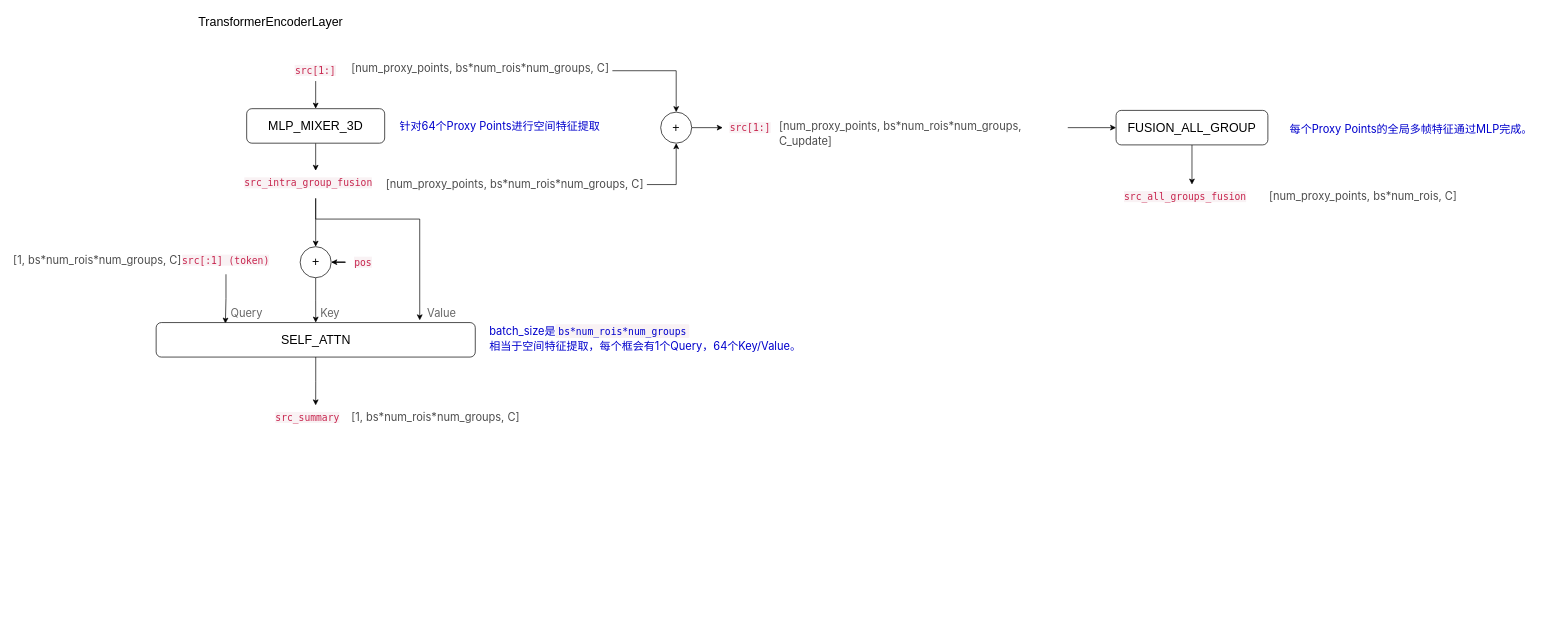
wennieWN/UML keeps this draw.io diagram as mppnet.drawio. Above is the earlier version. Source tidied: cells renumbered, new cells numbered last; positions are measured from the earlier drawing's top-left corner, leaving out a move shared by most shapes. Both pictures are drawn from the tidied source at 69%, with x=0, y=0 at pixel (12, 12).
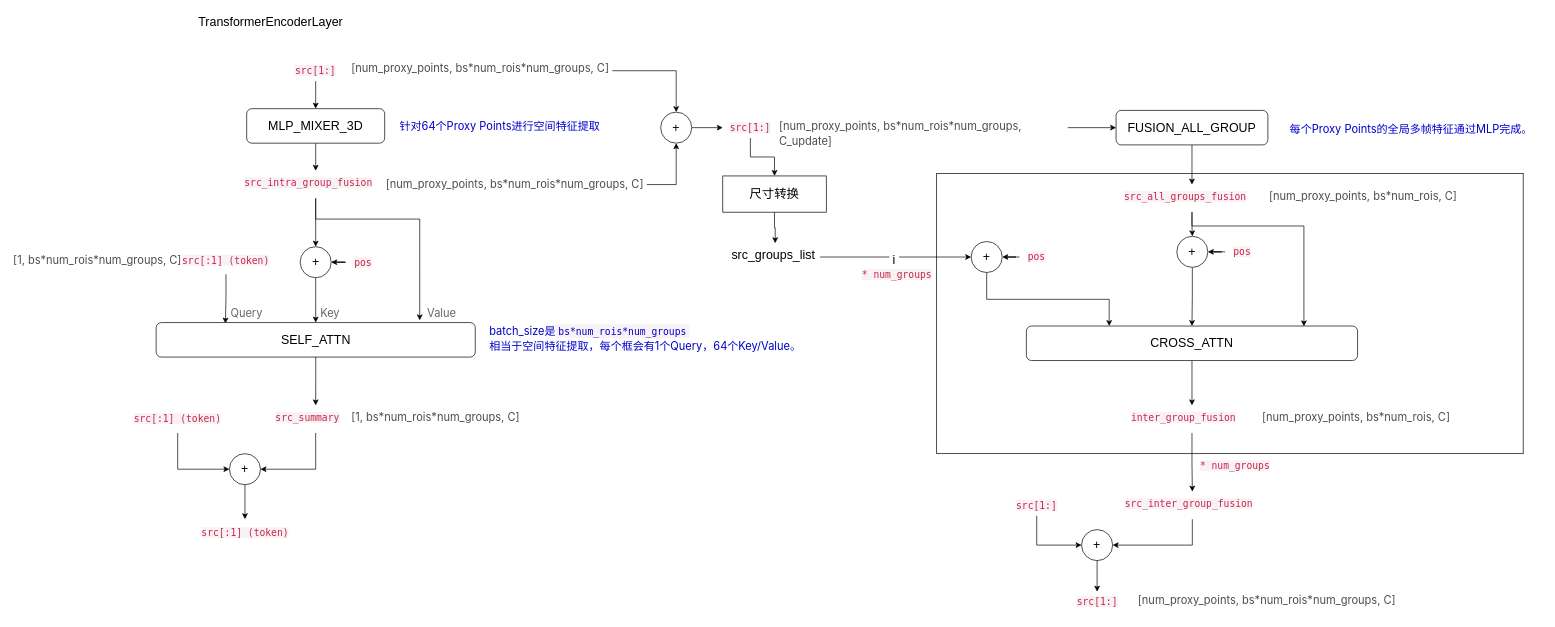
After the change.

The change refers to these unchanged cells:
```xml
<mxCell id="16" value="&lt;span style=&quot;color: rgb(199, 37, 78); font-family: &amp;quot;Source Code Pro&amp;quot;, &amp;quot;DejaVu Sans Mono&amp;quot;, &amp;quot;Ubuntu Mono&amp;quot;, &amp;quot;Anonymous Pro&amp;quot;, &amp;quot;Droid Sans Mono&amp;quot;, Menlo, Monaco, Consolas, Inconsolata, Courier, monospace, &amp;quot;PingFang SC&amp;quot;, &amp;quot;Microsoft YaHei&amp;quot;, sans-serif; font-size: 14px; font-variant-ligatures: no-common-ligatures; text-align: start; background-color: rgb(249, 242, 244);&quot;&gt;src[1:]&lt;/span&gt;" style="text;html=1;strokeColor=none;fillColor=none;align=center;verticalAlign=middle;whiteSpace=wrap;rounded=0;" parent="1" vertex="1">
  <mxGeometry x="1030" y="152.5" width="80" height="30" as="geometry" />
</mxCell>
<mxCell id="32" value="&lt;span style=&quot;color: rgb(199, 37, 78); font-family: &amp;quot;Source Code Pro&amp;quot;, &amp;quot;DejaVu Sans Mono&amp;quot;, &amp;quot;Ubuntu Mono&amp;quot;, &amp;quot;Anonymous Pro&amp;quot;, &amp;quot;Droid Sans Mono&amp;quot;, Menlo, Monaco, Consolas, Inconsolata, Courier, monospace, &amp;quot;PingFang SC&amp;quot;, &amp;quot;Microsoft YaHei&amp;quot;, sans-serif; font-size: 14px; font-style: normal; font-variant-ligatures: no-common-ligatures; font-variant-caps: normal; font-weight: 400; letter-spacing: normal; orphans: 2; text-align: start; text-indent: 0px; text-transform: none; widows: 2; word-spacing: 0px; -webkit-text-stroke-width: 0px; background-color: rgb(249, 242, 244); text-decoration-thickness: initial; text-decoration-style: initial; text-decoration-color: initial; float: none; display: inline !important;&quot;&gt;src_summary&lt;/span&gt;" style="text;whiteSpace=wrap;html=1;fontSize=18;fontColor=#666666;" parent="1" vertex="1">
  <mxGeometry x="380" y="570" width="120" height="40" as="geometry" />
</mxCell>
<mxCell id="37" value="&lt;span style=&quot;color: rgb(199, 37, 78); font-family: &amp;quot;Source Code Pro&amp;quot;, &amp;quot;DejaVu Sans Mono&amp;quot;, &amp;quot;Ubuntu Mono&amp;quot;, &amp;quot;Anonymous Pro&amp;quot;, &amp;quot;Droid Sans Mono&amp;quot;, Menlo, Monaco, Consolas, Inconsolata, Courier, monospace, &amp;quot;PingFang SC&amp;quot;, &amp;quot;Microsoft YaHei&amp;quot;, sans-serif; font-size: 14px; font-style: normal; font-variant-ligatures: no-common-ligatures; font-variant-caps: normal; font-weight: 400; letter-spacing: normal; orphans: 2; text-align: start; text-indent: 0px; text-transform: none; widows: 2; word-spacing: 0px; -webkit-text-stroke-width: 0px; background-color: rgb(249, 242, 244); text-decoration-thickness: initial; text-decoration-style: initial; text-decoration-color: initial; float: none; display: inline !important;&quot;&gt;src_all_groups_fusion&lt;/span&gt;" style="text;whiteSpace=wrap;html=1;fontSize=18;fontColor=#0000FF;" parent="1" vertex="1">
  <mxGeometry x="1610" y="250" width="200" height="40" as="geometry" />
</mxCell>
```

Diff of the diagram source:
```diff
@@
+    <mxCell id="40" style="rounded=0;whiteSpace=wrap;html=1;fontSize=18;fontColor=#000000;fillColor=none;" parent="1" vertex="1">
+      <mxGeometry x="1340" y="233.8" width="850" height="406.2" as="geometry" />
+    </mxCell>
@@
+    <mxCell id="41" style="edgeStyle=orthogonalEdgeStyle;rounded=0;jettySize=auto;html=1;entryX=0.5;entryY=0;entryDx=0;entryDy=0;fontSize=18;fontColor=#000000;" parent="1" edge="1" source="16" target="48">
+      <mxGeometry relative="1" as="geometry" />
+    </mxCell>
@@
+    <mxCell id="42" style="edgeStyle=orthogonalEdgeStyle;rounded=0;jettySize=auto;html=1;entryX=1;entryY=0.5;entryDx=0;entryDy=0;fontSize=18;fontColor=#000000;exitX=0.5;exitY=1;exitDx=0;exitDy=0;" parent="1" edge="1" source="32" target="76">
+      <mxGeometry relative="1" as="geometry" />
+    </mxCell>
@@
+    <mxCell id="43" style="edgeStyle=orthogonalEdgeStyle;rounded=0;jettySize=auto;html=1;entryX=0.5;entryY=0;entryDx=0;entryDy=0;fontSize=18;fontColor=#000000;" parent="1" edge="1" source="37" target="57">
+      <mxGeometry relative="1" as="geometry" />
+    </mxCell>
+    <mxCell id="44" style="edgeStyle=orthogonalEdgeStyle;rounded=0;jettySize=auto;html=1;entryX=0.838;entryY=0.01;entryDx=0;entryDy=0;entryPerimeter=0;fontSize=18;fontColor=#000000;" parent="1" edge="1" source="37" target="46">
+      <mxGeometry relative="1" as="geometry">
+        <Array as="points">
+          <mxPoint x="1710" y="310" />
+          <mxPoint x="1872" y="310" />
+        </Array>
+      </mxGeometry>
+    </mxCell>
@@
+    <mxCell id="45" style="edgeStyle=orthogonalEdgeStyle;rounded=0;jettySize=auto;html=1;fontSize=18;fontColor=#000000;" parent="1" edge="1" source="46" target="61">
+      <mxGeometry relative="1" as="geometry" />
+    </mxCell>
+    <mxCell id="46" value="CROSS_ATTN" style="rounded=1;whiteSpace=wrap;html=1;fontSize=18;" parent="1" vertex="1">
+      <mxGeometry x="1470" y="455" width="480" height="50" as="geometry" />
+    </mxCell>
+    <mxCell id="47" style="edgeStyle=orthogonalEdgeStyle;rounded=0;jettySize=auto;html=1;entryX=0.5;entryY=0;entryDx=0;entryDy=0;fontSize=18;fontColor=#000000;" parent="1" edge="1" source="48" target="51">
+      <mxGeometry relative="1" as="geometry" />
+    </mxCell>
+    <mxCell id="48" value="&lt;font color=&quot;#000000&quot;&gt;尺寸转换&lt;/font&gt;" style="rounded=0;whiteSpace=wrap;html=1;fontSize=18;fontColor=#0000CC;" parent="1" vertex="1">
+      <mxGeometry x="1030" y="237.5" width="150" height="52.5" as="geometry" />
+    </mxCell>
+    <mxCell id="49" style="edgeStyle=orthogonalEdgeStyle;rounded=0;jettySize=auto;html=1;entryX=0;entryY=0.5;entryDx=0;entryDy=0;fontSize=18;fontColor=#000000;" parent="1" edge="1" source="51" target="53">
+      <mxGeometry relative="1" as="geometry" />
+    </mxCell>
+    <mxCell id="50" value="&amp;nbsp;i&amp;nbsp;" style="edgeLabel;html=1;align=center;verticalAlign=middle;fontSize=18;fontColor=#000000;" parent="49" vertex="1">
+      <mxGeometry x="-0.03" y="-4" relative="1" as="geometry" />
+    </mxCell>
+    <mxCell id="51" value="src_groups_list" style="text;whiteSpace=wrap;html=1;fontSize=18;fontColor=#000000;" parent="1" vertex="1">
+      <mxGeometry x="1041" y="335" width="130" height="40" as="geometry" />
+    </mxCell>
+    <mxCell id="52" style="edgeStyle=orthogonalEdgeStyle;rounded=0;jettySize=auto;html=1;entryX=0.25;entryY=0;entryDx=0;entryDy=0;fontSize=18;fontColor=#000000;exitX=0.5;exitY=1;exitDx=0;exitDy=0;" parent="1" edge="1" source="53" target="46">
+      <mxGeometry relative="1" as="geometry" />
+    </mxCell>
+    <mxCell id="53" value="+" style="ellipse;whiteSpace=wrap;html=1;fontSize=18;" parent="1" vertex="1">
+      <mxGeometry x="1390" y="332.5" width="45" height="45" as="geometry" />
+    </mxCell>
+    <mxCell id="54" style="edgeStyle=orthogonalEdgeStyle;rounded=0;jettySize=auto;html=1;entryX=1;entryY=0.5;entryDx=0;entryDy=0;fontSize=18;fontColor=#000000;" parent="1" edge="1" source="55" target="53">
+      <mxGeometry relative="1" as="geometry" />
+    </mxCell>
+    <mxCell id="55" value="&lt;span style=&quot;color: rgb(199, 37, 78); font-family: &amp;quot;Source Code Pro&amp;quot;, &amp;quot;DejaVu Sans Mono&amp;quot;, &amp;quot;Ubuntu Mono&amp;quot;, &amp;quot;Anonymous Pro&amp;quot;, &amp;quot;Droid Sans Mono&amp;quot;, Menlo, Monaco, Consolas, Inconsolata, Courier, monospace, &amp;quot;PingFang SC&amp;quot;, &amp;quot;Microsoft YaHei&amp;quot;, sans-serif; font-size: 14px; font-variant-ligatures: no-common-ligatures; text-align: start; background-color: rgb(249, 242, 244);&quot;&gt;pos&lt;/span&gt;" style="text;html=1;strokeColor=none;fillColor=none;align=center;verticalAlign=middle;whiteSpace=wrap;rounded=0;" parent="1" vertex="1">
+      <mxGeometry x="1460" y="340" width="50" height="30" as="geometry" />
+    </mxCell>
+    <mxCell id="56" style="edgeStyle=orthogonalEdgeStyle;rounded=0;jettySize=auto;html=1;entryX=0.5;entryY=0;entryDx=0;entryDy=0;fontSize=18;fontColor=#000000;" parent="1" edge="1" source="57" target="46">
+      <mxGeometry relative="1" as="geometry" />
+    </mxCell>
+    <mxCell id="57" value="+" style="ellipse;whiteSpace=wrap;html=1;fontSize=18;" parent="1" vertex="1">
+      <mxGeometry x="1688" y="325" width="45" height="45" as="geometry" />
+    </mxCell>
+    <mxCell id="58" style="edgeStyle=orthogonalEdgeStyle;rounded=0;jettySize=auto;html=1;entryX=1;entryY=0.5;entryDx=0;entryDy=0;fontSize=18;fontColor=#000000;" parent="1" edge="1" source="59" target="57">
+      <mxGeometry relative="1" as="geometry" />
+    </mxCell>
+    <mxCell id="59" value="&lt;span style=&quot;color: rgb(199, 37, 78); font-family: &amp;quot;Source Code Pro&amp;quot;, &amp;quot;DejaVu Sans Mono&amp;quot;, &amp;quot;Ubuntu Mono&amp;quot;, &amp;quot;Anonymous Pro&amp;quot;, &amp;quot;Droid Sans Mono&amp;quot;, Menlo, Monaco, Consolas, Inconsolata, Courier, monospace, &amp;quot;PingFang SC&amp;quot;, &amp;quot;Microsoft YaHei&amp;quot;, sans-serif; font-size: 14px; font-variant-ligatures: no-common-ligatures; text-align: start; background-color: rgb(249, 242, 244);&quot;&gt;pos&lt;/span&gt;" style="text;html=1;strokeColor=none;fillColor=none;align=center;verticalAlign=middle;whiteSpace=wrap;rounded=0;" parent="1" vertex="1">
+      <mxGeometry x="1758" y="332.5" width="50" height="30" as="geometry" />
+    </mxCell>
+    <mxCell id="60" style="edgeStyle=orthogonalEdgeStyle;rounded=0;jettySize=auto;html=1;entryX=0.5;entryY=0;entryDx=0;entryDy=0;fontSize=18;fontColor=#000000;" parent="1" edge="1" source="61" target="65">
+      <mxGeometry relative="1" as="geometry" />
+    </mxCell>
+    <mxCell id="61" value="&lt;span style=&quot;color: rgb(199, 37, 78); font-family: &amp;quot;Source Code Pro&amp;quot;, &amp;quot;DejaVu Sans Mono&amp;quot;, &amp;quot;Ubuntu Mono&amp;quot;, &amp;quot;Anonymous Pro&amp;quot;, &amp;quot;Droid Sans Mono&amp;quot;, Menlo, Monaco, Consolas, Inconsolata, Courier, monospace, &amp;quot;PingFang SC&amp;quot;, &amp;quot;Microsoft YaHei&amp;quot;, sans-serif; font-size: 14px; font-style: normal; font-variant-ligatures: no-common-ligatures; font-variant-caps: normal; font-weight: 400; letter-spacing: normal; orphans: 2; text-align: start; text-indent: 0px; text-transform: none; widows: 2; word-spacing: 0px; -webkit-text-stroke-width: 0px; background-color: rgb(249, 242, 244); text-decoration-thickness: initial; text-decoration-style: initial; text-decoration-color: initial; float: none; display: inline !important;&quot;&gt;inter_group_fusion&lt;/span&gt;" style="text;whiteSpace=wrap;html=1;fontSize=18;fontColor=#000000;" parent="1" vertex="1">
+      <mxGeometry x="1620" y="570" width="180" height="40" as="geometry" />
+    </mxCell>
+    <mxCell id="62" value="&lt;span style=&quot;color: rgb(77, 77, 77); font-family: -apple-system, &amp;quot;SF UI Text&amp;quot;, Arial, &amp;quot;PingFang SC&amp;quot;, &amp;quot;Hiragino Sans GB&amp;quot;, &amp;quot;Microsoft YaHei&amp;quot;, &amp;quot;WenQuanYi Micro Hei&amp;quot;, sans-serif; font-size: 16px; font-style: normal; font-variant-ligatures: no-common-ligatures; font-variant-caps: normal; font-weight: 400; letter-spacing: normal; orphans: 2; text-align: start; text-indent: 0px; text-transform: none; widows: 2; word-spacing: 0px; -webkit-text-stroke-width: 0px; background-color: rgb(255, 255, 255); text-decoration-thickness: initial; text-decoration-style: initial; text-decoration-color: initial; float: none; display: inline !important;&quot;&gt;[num_proxy_points, bs*num_rois, C]&lt;/span&gt;" style="text;whiteSpace=wrap;html=1;fontSize=18;fontColor=#000000;" parent="1" vertex="1">
+      <mxGeometry x="1810" y="570" width="280" height="40" as="geometry" />
+    </mxCell>
+    <mxCell id="63" value="&lt;span style=&quot;color: rgb(199, 37, 78); font-family: &amp;quot;Source Code Pro&amp;quot;, &amp;quot;DejaVu Sans Mono&amp;quot;, &amp;quot;Ubuntu Mono&amp;quot;, &amp;quot;Anonymous Pro&amp;quot;, &amp;quot;Droid Sans Mono&amp;quot;, Menlo, Monaco, Consolas, Inconsolata, Courier, monospace, &amp;quot;PingFang SC&amp;quot;, &amp;quot;Microsoft YaHei&amp;quot;, sans-serif; font-size: 14px; font-style: normal; font-variant-ligatures: no-common-ligatures; font-variant-caps: normal; font-weight: 400; letter-spacing: normal; orphans: 2; text-align: start; text-indent: 0px; text-transform: none; widows: 2; word-spacing: 0px; -webkit-text-stroke-width: 0px; background-color: rgb(249, 242, 244); text-decoration-thickness: initial; text-decoration-style: initial; text-decoration-color: initial; float: none; display: inline !important;&quot;&gt;* num_groups&lt;/span&gt;" style="text;whiteSpace=wrap;html=1;fontSize=18;fontColor=#000000;" parent="1" vertex="1">
+      <mxGeometry x="1230" y="362.5" width="110" height="40" as="geometry" />
+    </mxCell>
+    <mxCell id="64" style="edgeStyle=orthogonalEdgeStyle;rounded=0;jettySize=auto;html=1;entryX=1;entryY=0.5;entryDx=0;entryDy=0;fontSize=18;fontColor=#000000;exitX=0.5;exitY=1;exitDx=0;exitDy=0;" parent="1" edge="1" source="65" target="70">
+      <mxGeometry relative="1" as="geometry" />
+    </mxCell>
+    <mxCell id="65" value="&lt;span style=&quot;color: rgb(199, 37, 78); font-family: &amp;quot;Source Code Pro&amp;quot;, &amp;quot;DejaVu Sans Mono&amp;quot;, &amp;quot;Ubuntu Mono&amp;quot;, &amp;quot;Anonymous Pro&amp;quot;, &amp;quot;Droid Sans Mono&amp;quot;, Menlo, Monaco, Consolas, Inconsolata, Courier, monospace, &amp;quot;PingFang SC&amp;quot;, &amp;quot;Microsoft YaHei&amp;quot;, sans-serif; font-size: 14px; font-style: normal; font-variant-ligatures: no-common-ligatures; font-variant-caps: normal; font-weight: 400; letter-spacing: normal; orphans: 2; text-align: start; text-indent: 0px; text-transform: none; widows: 2; word-spacing: 0px; -webkit-text-stroke-width: 0px; background-color: rgb(249, 242, 244); text-decoration-thickness: initial; text-decoration-style: initial; text-decoration-color: initial; float: none; display: inline !important;&quot;&gt;src_inter_group_fusion&lt;/span&gt;" style="text;whiteSpace=wrap;html=1;fontSize=18;fontColor=#000000;" parent="1" vertex="1">
+      <mxGeometry x="1610.5" y="695" width="200" height="40" as="geometry" />
+    </mxCell>
+    <mxCell id="66" value="&lt;span style=&quot;color: rgb(199, 37, 78); font-family: &amp;quot;Source Code Pro&amp;quot;, &amp;quot;DejaVu Sans Mono&amp;quot;, &amp;quot;Ubuntu Mono&amp;quot;, &amp;quot;Anonymous Pro&amp;quot;, &amp;quot;Droid Sans Mono&amp;quot;, Menlo, Monaco, Consolas, Inconsolata, Courier, monospace, &amp;quot;PingFang SC&amp;quot;, &amp;quot;Microsoft YaHei&amp;quot;, sans-serif; font-size: 14px; font-style: normal; font-variant-ligatures: no-common-ligatures; font-variant-caps: normal; font-weight: 400; letter-spacing: normal; orphans: 2; text-align: start; text-indent: 0px; text-transform: none; widows: 2; word-spacing: 0px; -webkit-text-stroke-width: 0px; background-color: rgb(249, 242, 244); text-decoration-thickness: initial; text-decoration-style: initial; text-decoration-color: initial; float: none; display: inline !important;&quot;&gt;* num_groups&lt;/span&gt;" style="text;whiteSpace=wrap;html=1;fontSize=18;fontColor=#000000;" parent="1" vertex="1">
+      <mxGeometry x="1720" y="640" width="110" height="40" as="geometry" />
+    </mxCell>
+    <mxCell id="67" style="edgeStyle=orthogonalEdgeStyle;rounded=0;jettySize=auto;html=1;entryX=0;entryY=0.5;entryDx=0;entryDy=0;fontSize=18;fontColor=#000000;" parent="1" edge="1" source="68" target="70">
+      <mxGeometry relative="1" as="geometry" />
+    </mxCell>
+    <mxCell id="68" value="&lt;span style=&quot;color: rgb(199, 37, 78); font-family: &amp;quot;Source Code Pro&amp;quot;, &amp;quot;DejaVu Sans Mono&amp;quot;, &amp;quot;Ubuntu Mono&amp;quot;, &amp;quot;Anonymous Pro&amp;quot;, &amp;quot;Droid Sans Mono&amp;quot;, Menlo, Monaco, Consolas, Inconsolata, Courier, monospace, &amp;quot;PingFang SC&amp;quot;, &amp;quot;Microsoft YaHei&amp;quot;, sans-serif; font-size: 14px; font-variant-ligatures: no-common-ligatures; text-align: start; background-color: rgb(249, 242, 244);&quot;&gt;src[1:]&lt;/span&gt;" style="text;html=1;strokeColor=none;fillColor=none;align=center;verticalAlign=middle;whiteSpace=wrap;rounded=0;" parent="1" vertex="1">
+      <mxGeometry x="1420" y="700" width="130" height="30" as="geometry" />
+    </mxCell>
+    <mxCell id="69" style="edgeStyle=orthogonalEdgeStyle;rounded=0;jettySize=auto;html=1;entryX=0.5;entryY=0;entryDx=0;entryDy=0;fontSize=18;fontColor=#000000;" parent="1" edge="1" source="70" target="71">
+      <mxGeometry relative="1" as="geometry" />
+    </mxCell>
+    <mxCell id="70" value="+" style="ellipse;whiteSpace=wrap;html=1;fontSize=18;" parent="1" vertex="1">
+      <mxGeometry x="1550" y="750" width="45" height="45" as="geometry" />
+    </mxCell>
+    <mxCell id="71" value="&lt;span style=&quot;color: rgb(199, 37, 78); font-family: &amp;quot;Source Code Pro&amp;quot;, &amp;quot;DejaVu Sans Mono&amp;quot;, &amp;quot;Ubuntu Mono&amp;quot;, &amp;quot;Anonymous Pro&amp;quot;, &amp;quot;Droid Sans Mono&amp;quot;, Menlo, Monaco, Consolas, Inconsolata, Courier, monospace, &amp;quot;PingFang SC&amp;quot;, &amp;quot;Microsoft YaHei&amp;quot;, sans-serif; font-size: 14px; font-variant-ligatures: no-common-ligatures; text-align: start; background-color: rgb(249, 242, 244);&quot;&gt;src[1:]&lt;/span&gt;" style="text;html=1;strokeColor=none;fillColor=none;align=center;verticalAlign=middle;whiteSpace=wrap;rounded=0;" parent="1" vertex="1">
+      <mxGeometry x="1507.5" y="840" width="130" height="30" as="geometry" />
+    </mxCell>
+    <mxCell id="72" value="&lt;span style=&quot;color: rgb(77, 77, 77); font-family: -apple-system, &amp;quot;SF UI Text&amp;quot;, Arial, &amp;quot;PingFang SC&amp;quot;, &amp;quot;Hiragino Sans GB&amp;quot;, &amp;quot;Microsoft YaHei&amp;quot;, &amp;quot;WenQuanYi Micro Hei&amp;quot;, sans-serif; font-size: 16px; font-style: normal; font-variant-ligatures: no-common-ligatures; font-variant-caps: normal; font-weight: 400; letter-spacing: normal; orphans: 2; text-align: start; text-indent: 0px; text-transform: none; widows: 2; word-spacing: 0px; -webkit-text-stroke-width: 0px; background-color: rgb(255, 255, 255); text-decoration-thickness: initial; text-decoration-style: initial; text-decoration-color: initial; float: none; display: inline !important;&quot;&gt;[num_proxy_points, bs*num_rois*num_groups, C]&lt;/span&gt;" style="text;whiteSpace=wrap;html=1;fontSize=18;fontColor=#000000;" parent="1" vertex="1">
+      <mxGeometry x="1630" y="835" width="380" height="40" as="geometry" />
+    </mxCell>
+    <mxCell id="73" style="edgeStyle=orthogonalEdgeStyle;rounded=0;jettySize=auto;html=1;entryX=0;entryY=0.5;entryDx=0;entryDy=0;fontSize=18;fontColor=#000000;" parent="1" edge="1" source="74" target="76">
+      <mxGeometry relative="1" as="geometry" />
+    </mxCell>
+    <mxCell id="74" value="&lt;span style=&quot;color: rgb(199, 37, 78); font-family: &amp;quot;Source Code Pro&amp;quot;, &amp;quot;DejaVu Sans Mono&amp;quot;, &amp;quot;Ubuntu Mono&amp;quot;, &amp;quot;Anonymous Pro&amp;quot;, &amp;quot;Droid Sans Mono&amp;quot;, Menlo, Monaco, Consolas, Inconsolata, Courier, monospace, &amp;quot;PingFang SC&amp;quot;, &amp;quot;Microsoft YaHei&amp;quot;, sans-serif; font-size: 14px; font-variant-ligatures: no-common-ligatures; text-align: start; background-color: rgb(249, 242, 244);&quot;&gt;src[:1] (token)&lt;/span&gt;" style="text;html=1;strokeColor=none;fillColor=none;align=center;verticalAlign=middle;whiteSpace=wrap;rounded=0;" parent="1" vertex="1">
+      <mxGeometry x="160" y="570" width="160" height="40" as="geometry" />
+    </mxCell>
+    <mxCell id="75" style="edgeStyle=orthogonalEdgeStyle;rounded=0;jettySize=auto;html=1;entryX=0.5;entryY=0;entryDx=0;entryDy=0;fontSize=18;fontColor=#000000;" parent="1" edge="1" source="76" target="77">
+      <mxGeometry relative="1" as="geometry" />
+    </mxCell>
+    <mxCell id="76" value="+" style="ellipse;whiteSpace=wrap;html=1;fontSize=18;" parent="1" vertex="1">
+      <mxGeometry x="315" y="640" width="45" height="45" as="geometry" />
+    </mxCell>
+    <mxCell id="77" value="&lt;span style=&quot;color: rgb(199, 37, 78); font-family: &amp;quot;Source Code Pro&amp;quot;, &amp;quot;DejaVu Sans Mono&amp;quot;, &amp;quot;Ubuntu Mono&amp;quot;, &amp;quot;Anonymous Pro&amp;quot;, &amp;quot;Droid Sans Mono&amp;quot;, Menlo, Monaco, Consolas, Inconsolata, Courier, monospace, &amp;quot;PingFang SC&amp;quot;, &amp;quot;Microsoft YaHei&amp;quot;, sans-serif; font-size: 14px; font-variant-ligatures: no-common-ligatures; text-align: start; background-color: rgb(249, 242, 244);&quot;&gt;src[:1] (token)&lt;/span&gt;" style="text;html=1;strokeColor=none;fillColor=none;align=center;verticalAlign=middle;whiteSpace=wrap;rounded=0;" parent="1" vertex="1">
+      <mxGeometry x="257.5" y="735" width="160" height="40" as="geometry" />
+    </mxCell>
```
